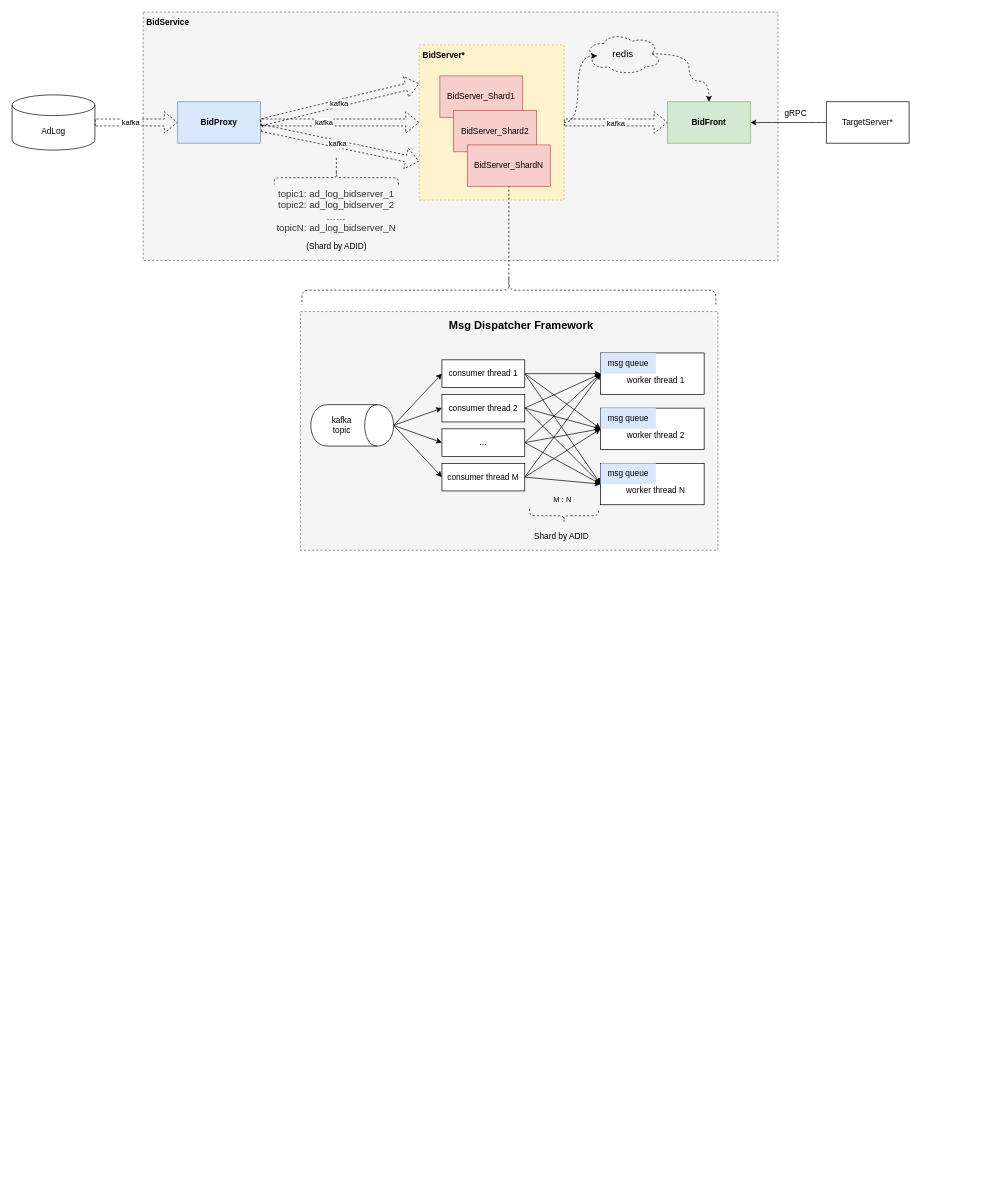
Earlier version of the draw.io diagram BiddingPlatform.drawio (ZiqingYip/moment). Source tidied: cells renumbered, new cells numbered last; positions are measured from the earlier drawing's top-left corner, leaving out a move shared by most shapes. Both pictures are drawn from the tidied source at 69%, with x=0, y=0 at pixel (12, 12).
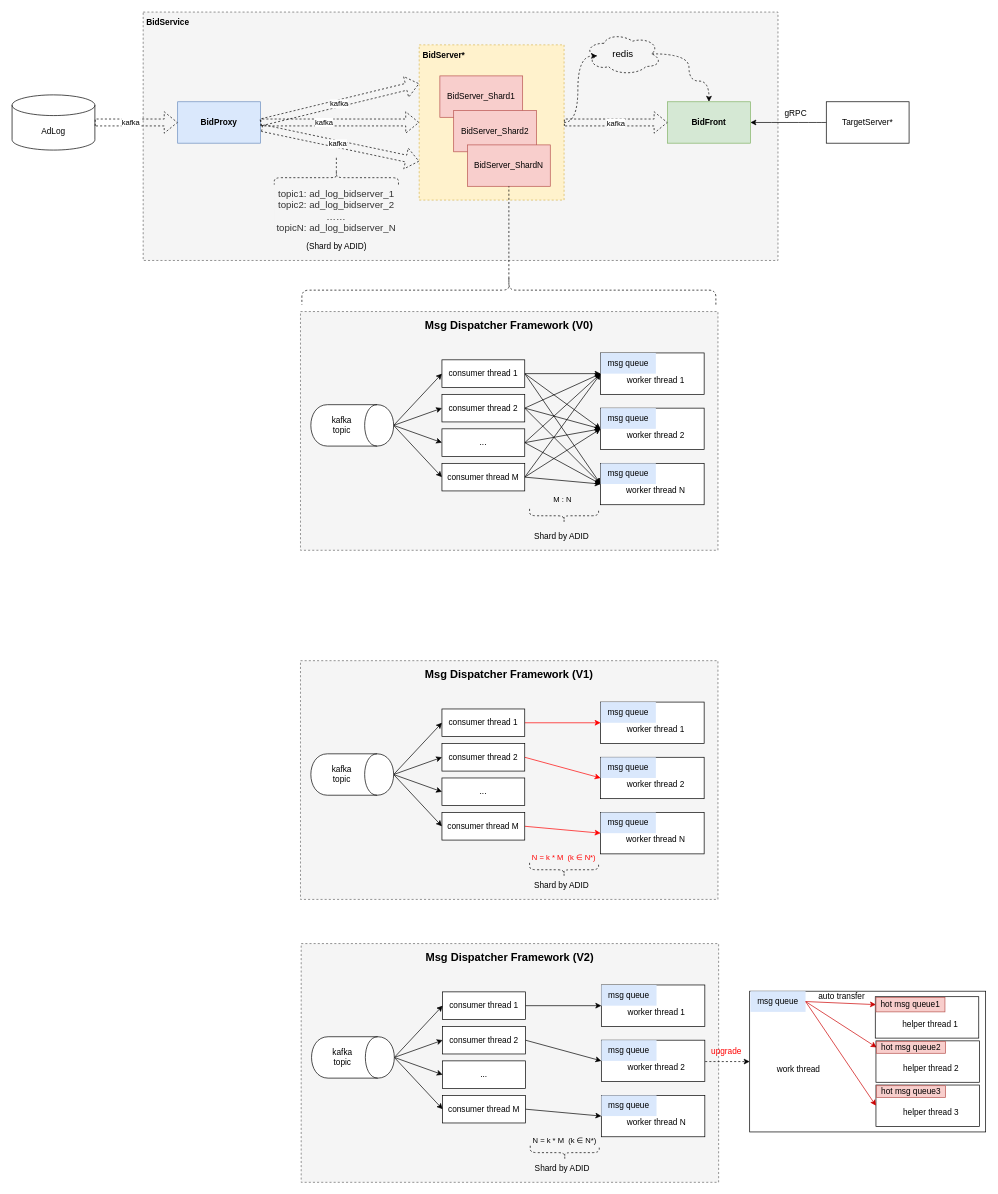
The same diagram, later.

The edit, as a diff of the source:
```diff
@@
-    <mxCell id="63" value="Msg Dispatcher Framework" style="text;html=1;strokeColor=none;fillColor=none;align=center;verticalAlign=middle;whiteSpace=wrap;rounded=0;dashed=1;fontStyle=1;fontSize=16;" parent="1" vertex="1">
-      <mxGeometry x="623" y="434" width="230" height="40" as="geometry" />
+    <mxCell id="63" value="Msg Dispatcher Framework&amp;nbsp;(V0)" style="text;html=1;strokeColor=none;fillColor=none;align=center;verticalAlign=middle;whiteSpace=wrap;rounded=0;dashed=1;fontStyle=1;fontSize=16;" parent="1" vertex="1">
+      <mxGeometry x="591.5" y="434" width="257" height="40" as="geometry" />
     </mxCell>
@@
+    <mxCell id="70" style="rounded=0;whiteSpace=wrap;html=1;fillColor=#f5f5f5;dashed=1;fontColor=#333333;strokeColor=#666666;" parent="1" vertex="1">
+      <mxGeometry x="418" y="940" width="605" height="346" as="geometry" />
+    </mxCell>
+    <mxCell id="71" style="edgeStyle=none;rounded=0;jettySize=auto;html=1;exitX=1;exitY=0.5;exitDx=0;exitDy=0;entryX=0;entryY=1;entryDx=0;entryDy=0;strokeColor=#FF0000;" parent="1" edge="1" source="72" target="79">
+      <mxGeometry relative="1" as="geometry" />
+    </mxCell>
+    <mxCell id="72" value="consumer thread 1" style="rounded=0;whiteSpace=wrap;html=1;" parent="1" vertex="1">
+      <mxGeometry x="623" y="1010" width="120" height="40" as="geometry" />
+    </mxCell>
+    <mxCell id="73" style="edgeStyle=none;rounded=0;jettySize=auto;html=1;exitX=1;exitY=0.5;exitDx=0;exitDy=0;entryX=0;entryY=1;entryDx=0;entryDy=0;strokeColor=#FF0000;" parent="1" edge="1" source="74" target="82">
+      <mxGeometry relative="1" as="geometry" />
+    </mxCell>
+    <mxCell id="74" value="consumer thread 2" style="rounded=0;whiteSpace=wrap;html=1;" parent="1" vertex="1">
+      <mxGeometry x="623" y="1060" width="120" height="40" as="geometry" />
+    </mxCell>
+    <mxCell id="75" value="..." style="rounded=0;whiteSpace=wrap;html=1;" parent="1" vertex="1">
+      <mxGeometry x="623" y="1110" width="120" height="40" as="geometry" />
+    </mxCell>
+    <mxCell id="76" style="edgeStyle=none;rounded=0;jettySize=auto;html=1;exitX=1;exitY=0.5;exitDx=0;exitDy=0;strokeColor=#FF0000;" parent="1" edge="1" source="77">
+      <mxGeometry relative="1" as="geometry">
+        <mxPoint x="853" y="1190" as="targetPoint" />
+      </mxGeometry>
+    </mxCell>
+    <mxCell id="77" value="consumer thread M" style="rounded=0;whiteSpace=wrap;html=1;" parent="1" vertex="1">
+      <mxGeometry x="623" y="1160" width="120" height="40" as="geometry" />
+    </mxCell>
+    <mxCell id="78" style="rounded=0;whiteSpace=wrap;html=1;" parent="1" vertex="1">
+      <mxGeometry x="853" y="1000" width="150" height="60" as="geometry" />
+    </mxCell>
+    <mxCell id="79" value="msg queue" style="rounded=0;whiteSpace=wrap;html=1;fillColor=#dae8fc;strokeColor=none;" parent="1" vertex="1">
+      <mxGeometry x="853" y="1000" width="80" height="30" as="geometry" />
+    </mxCell>
+    <mxCell id="80" value="worker thread 1" style="text;html=1;strokeColor=none;fillColor=none;align=center;verticalAlign=middle;whiteSpace=wrap;rounded=0;" parent="1" vertex="1">
+      <mxGeometry x="883" y="1030" width="100" height="20" as="geometry" />
+    </mxCell>
+    <mxCell id="81" style="rounded=0;whiteSpace=wrap;html=1;" parent="1" vertex="1">
+      <mxGeometry x="853" y="1080" width="150" height="60" as="geometry" />
+    </mxCell>
+    <mxCell id="82" value="msg queue" style="rounded=0;whiteSpace=wrap;html=1;fillColor=#dae8fc;strokeColor=none;" parent="1" vertex="1">
+      <mxGeometry x="853" y="1080" width="80" height="30" as="geometry" />
+    </mxCell>
+    <mxCell id="83" value="worker thread 2" style="text;html=1;strokeColor=none;fillColor=none;align=center;verticalAlign=middle;whiteSpace=wrap;rounded=0;" parent="1" vertex="1">
+      <mxGeometry x="883" y="1110" width="100" height="20" as="geometry" />
+    </mxCell>
+    <mxCell id="84" style="rounded=0;whiteSpace=wrap;html=1;" parent="1" vertex="1">
+      <mxGeometry x="853" y="1160" width="150" height="60" as="geometry" />
+    </mxCell>
+    <mxCell id="85" value="msg queue" style="rounded=0;whiteSpace=wrap;html=1;fillColor=#dae8fc;strokeColor=none;" parent="1" vertex="1">
+      <mxGeometry x="853" y="1160" width="80" height="30" as="geometry" />
+    </mxCell>
+    <mxCell id="86" value="worker thread N" style="text;html=1;strokeColor=none;fillColor=none;align=center;verticalAlign=middle;whiteSpace=wrap;rounded=0;" parent="1" vertex="1">
+      <mxGeometry x="883" y="1190" width="100" height="20" as="geometry" />
+    </mxCell>
+    <mxCell id="87" style="rounded=0;jettySize=auto;html=1;exitX=0.5;exitY=0;exitDx=0;exitDy=0;entryX=0;entryY=0.5;entryDx=0;entryDy=0;" parent="1" edge="1" source="91" target="72">
+      <mxGeometry relative="1" as="geometry" />
+    </mxCell>
+    <mxCell id="88" style="edgeStyle=none;rounded=0;jettySize=auto;html=1;exitX=0.5;exitY=0;exitDx=0;exitDy=0;entryX=0;entryY=0.5;entryDx=0;entryDy=0;" parent="1" edge="1" source="91" target="74">
+      <mxGeometry relative="1" as="geometry" />
+    </mxCell>
+    <mxCell id="89" style="edgeStyle=none;rounded=0;jettySize=auto;html=1;exitX=0.5;exitY=0;exitDx=0;exitDy=0;entryX=0;entryY=0.5;entryDx=0;entryDy=0;" parent="1" edge="1" source="91" target="75">
+      <mxGeometry relative="1" as="geometry" />
+    </mxCell>
+    <mxCell id="90" style="edgeStyle=none;rounded=0;jettySize=auto;html=1;exitX=0.5;exitY=0;exitDx=0;exitDy=0;entryX=0;entryY=0.5;entryDx=0;entryDy=0;" parent="1" edge="1" source="91" target="77">
+      <mxGeometry relative="1" as="geometry" />
+    </mxCell>
+    <mxCell id="91" style="shape=cylinder;whiteSpace=wrap;html=1;boundedLbl=1;backgroundOutline=1;direction=south;" parent="1" vertex="1">
+      <mxGeometry x="433" y="1075" width="120" height="60" as="geometry" />
+    </mxCell>
+    <mxCell id="92" value="kafka topic" style="text;html=1;strokeColor=none;fillColor=none;align=center;verticalAlign=middle;whiteSpace=wrap;rounded=0;" parent="1" vertex="1">
+      <mxGeometry x="453" y="1095" width="50" height="20" as="geometry" />
+    </mxCell>
+    <mxCell id="93" value="Msg Dispatcher Framework&amp;nbsp;(V1)" style="text;html=1;strokeColor=none;fillColor=none;align=center;verticalAlign=middle;whiteSpace=wrap;rounded=0;dashed=1;fontStyle=1;fontSize=16;" parent="1" vertex="1">
+      <mxGeometry x="591.5" y="940" width="257" height="40" as="geometry" />
+    </mxCell>
+    <mxCell id="94" value="&lt;font color=&quot;#ff0000&quot; style=&quot;font-size: 11px&quot;&gt;N = k * M&amp;nbsp; (k&amp;nbsp;∈&amp;nbsp;N*)&lt;/font&gt;" style="text;html=1;strokeColor=none;fillColor=none;align=center;verticalAlign=middle;whiteSpace=wrap;rounded=0;dashed=1;fontSize=16;" parent="1" vertex="1">
+      <mxGeometry x="743.2" y="1205" width="113.5" height="36" as="geometry" />
+    </mxCell>
+    <mxCell id="95" value="Shard by ADID" style="text;html=1;strokeColor=none;fillColor=none;align=center;verticalAlign=middle;whiteSpace=wrap;rounded=0;" parent="1" vertex="1">
+      <mxGeometry x="743" y="1256" width="107" height="20" as="geometry" />
+    </mxCell>
+    <mxCell id="96" style="shape=curlyBracket;whiteSpace=wrap;html=1;rounded=1;dashed=1;fillColor=none;fontSize=16;direction=north;" parent="1" vertex="1">
+      <mxGeometry x="750" y="1233" width="100" height="20" as="geometry" />
+    </mxCell>
+    <mxCell id="97" style="rounded=0;whiteSpace=wrap;html=1;fillColor=#f5f5f5;dashed=1;fontColor=#333333;strokeColor=#666666;" parent="1" vertex="1">
+      <mxGeometry x="419" y="1350" width="605" height="346" as="geometry" />
+    </mxCell>
+    <mxCell id="98" style="edgeStyle=none;rounded=0;jettySize=auto;html=1;exitX=1;exitY=0.5;exitDx=0;exitDy=0;entryX=0;entryY=1;entryDx=0;entryDy=0;" parent="1" edge="1" source="99" target="106">
+      <mxGeometry relative="1" as="geometry" />
+    </mxCell>
+    <mxCell id="99" value="consumer thread 1" style="rounded=0;whiteSpace=wrap;html=1;" parent="1" vertex="1">
+      <mxGeometry x="624" y="1420" width="120" height="40" as="geometry" />
+    </mxCell>
+    <mxCell id="100" style="edgeStyle=none;rounded=0;jettySize=auto;html=1;exitX=1;exitY=0.5;exitDx=0;exitDy=0;entryX=0;entryY=1;entryDx=0;entryDy=0;" parent="1" edge="1" source="101" target="109">
+      <mxGeometry relative="1" as="geometry" />
+    </mxCell>
+    <mxCell id="101" value="consumer thread 2" style="rounded=0;whiteSpace=wrap;html=1;" parent="1" vertex="1">
+      <mxGeometry x="624" y="1470" width="120" height="40" as="geometry" />
+    </mxCell>
+    <mxCell id="102" value="..." style="rounded=0;whiteSpace=wrap;html=1;" parent="1" vertex="1">
+      <mxGeometry x="624" y="1520" width="120" height="40" as="geometry" />
+    </mxCell>
+    <mxCell id="103" style="edgeStyle=none;rounded=0;jettySize=auto;html=1;exitX=1;exitY=0.5;exitDx=0;exitDy=0;" parent="1" edge="1" source="104">
+      <mxGeometry relative="1" as="geometry">
+        <mxPoint x="854" y="1600" as="targetPoint" />
+      </mxGeometry>
+    </mxCell>
+    <mxCell id="104" value="consumer thread M" style="rounded=0;whiteSpace=wrap;html=1;" parent="1" vertex="1">
+      <mxGeometry x="624" y="1570" width="120" height="40" as="geometry" />
+    </mxCell>
+    <mxCell id="105" style="rounded=0;whiteSpace=wrap;html=1;" parent="1" vertex="1">
+      <mxGeometry x="854" y="1410" width="150" height="60" as="geometry" />
+    </mxCell>
+    <mxCell id="106" value="msg queue" style="rounded=0;whiteSpace=wrap;html=1;fillColor=#dae8fc;strokeColor=none;" parent="1" vertex="1">
+      <mxGeometry x="854" y="1410" width="80" height="30" as="geometry" />
+    </mxCell>
+    <mxCell id="107" value="worker thread 1" style="text;html=1;strokeColor=none;fillColor=none;align=center;verticalAlign=middle;whiteSpace=wrap;rounded=0;" parent="1" vertex="1">
+      <mxGeometry x="884" y="1440" width="100" height="20" as="geometry" />
+    </mxCell>
+    <mxCell id="108" style="rounded=0;whiteSpace=wrap;html=1;" parent="1" vertex="1">
+      <mxGeometry x="854" y="1490" width="150" height="60" as="geometry" />
+    </mxCell>
+    <mxCell id="109" value="msg queue" style="rounded=0;whiteSpace=wrap;html=1;fillColor=#dae8fc;strokeColor=none;" parent="1" vertex="1">
+      <mxGeometry x="854" y="1490" width="80" height="30" as="geometry" />
+    </mxCell>
+    <mxCell id="110" value="worker thread 2" style="text;html=1;strokeColor=none;fillColor=none;align=center;verticalAlign=middle;whiteSpace=wrap;rounded=0;" parent="1" vertex="1">
+      <mxGeometry x="884" y="1520" width="100" height="20" as="geometry" />
+    </mxCell>
+    <mxCell id="111" style="rounded=0;whiteSpace=wrap;html=1;" parent="1" vertex="1">
+      <mxGeometry x="854" y="1570" width="150" height="60" as="geometry" />
+    </mxCell>
+    <mxCell id="112" value="msg queue" style="rounded=0;whiteSpace=wrap;html=1;fillColor=#dae8fc;strokeColor=none;" parent="1" vertex="1">
+      <mxGeometry x="854" y="1570" width="80" height="30" as="geometry" />
+    </mxCell>
+    <mxCell id="113" value="worker thread N" style="text;html=1;strokeColor=none;fillColor=none;align=center;verticalAlign=middle;whiteSpace=wrap;rounded=0;" parent="1" vertex="1">
+      <mxGeometry x="884" y="1600" width="100" height="20" as="geometry" />
+    </mxCell>
+    <mxCell id="114" style="rounded=0;jettySize=auto;html=1;exitX=0.5;exitY=0;exitDx=0;exitDy=0;entryX=0;entryY=0.5;entryDx=0;entryDy=0;" parent="1" edge="1" source="118" target="99">
+      <mxGeometry relative="1" as="geometry" />
+    </mxCell>
+    <mxCell id="115" style="edgeStyle=none;rounded=0;jettySize=auto;html=1;exitX=0.5;exitY=0;exitDx=0;exitDy=0;entryX=0;entryY=0.5;entryDx=0;entryDy=0;" parent="1" edge="1" source="118" target="101">
+      <mxGeometry relative="1" as="geometry" />
+    </mxCell>
+    <mxCell id="116" style="edgeStyle=none;rounded=0;jettySize=auto;html=1;exitX=0.5;exitY=0;exitDx=0;exitDy=0;entryX=0;entryY=0.5;entryDx=0;entryDy=0;" parent="1" edge="1" source="118" target="102">
+      <mxGeometry relative="1" as="geometry" />
+    </mxCell>
+    <mxCell id="117" style="edgeStyle=none;rounded=0;jettySize=auto;html=1;exitX=0.5;exitY=0;exitDx=0;exitDy=0;entryX=0;entryY=0.5;entryDx=0;entryDy=0;" parent="1" edge="1" source="118" target="104">
+      <mxGeometry relative="1" as="geometry" />
+    </mxCell>
+    <mxCell id="118" style="shape=cylinder;whiteSpace=wrap;html=1;boundedLbl=1;backgroundOutline=1;direction=south;" parent="1" vertex="1">
+      <mxGeometry x="434" y="1485" width="120" height="60" as="geometry" />
+    </mxCell>
+    <mxCell id="119" value="kafka topic" style="text;html=1;strokeColor=none;fillColor=none;align=center;verticalAlign=middle;whiteSpace=wrap;rounded=0;" parent="1" vertex="1">
+      <mxGeometry x="454" y="1505" width="50" height="20" as="geometry" />
+    </mxCell>
+    <mxCell id="120" value="Msg Dispatcher Framework&amp;nbsp;(V2)" style="text;html=1;strokeColor=none;fillColor=none;align=center;verticalAlign=middle;whiteSpace=wrap;rounded=0;dashed=1;fontStyle=1;fontSize=16;" parent="1" vertex="1">
+      <mxGeometry x="592.5" y="1350" width="257" height="40" as="geometry" />
+    </mxCell>
+    <mxCell id="121" value="&lt;font style=&quot;font-size: 11px&quot;&gt;N = k * M&amp;nbsp; (k&amp;nbsp;∈&amp;nbsp;N*)&lt;/font&gt;" style="text;html=1;strokeColor=none;fillColor=none;align=center;verticalAlign=middle;whiteSpace=wrap;rounded=0;dashed=1;fontSize=16;" parent="1" vertex="1">
+      <mxGeometry x="744.2" y="1615" width="113.5" height="36" as="geometry" />
+    </mxCell>
+    <mxCell id="122" value="Shard by ADID" style="text;html=1;strokeColor=none;fillColor=none;align=center;verticalAlign=middle;whiteSpace=wrap;rounded=0;" parent="1" vertex="1">
+      <mxGeometry x="744" y="1666" width="107" height="20" as="geometry" />
+    </mxCell>
+    <mxCell id="123" style="shape=curlyBracket;whiteSpace=wrap;html=1;rounded=1;dashed=1;fillColor=none;fontSize=16;direction=north;" parent="1" vertex="1">
+      <mxGeometry x="751" y="1643" width="100" height="20" as="geometry" />
+    </mxCell>
+    <mxCell id="124" style="endArrow=classic;html=1;entryX=0;entryY=0.5;entryDx=0;entryDy=0;dashed=1;" parent="1" edge="1" target="125">
+      <mxGeometry relative="1" as="geometry">
+        <mxPoint x="1004.5" y="1521" as="sourcePoint" />
+      </mxGeometry>
+    </mxCell>
+    <mxCell id="125" style="rounded=0;whiteSpace=wrap;html=1;" parent="1" vertex="1">
+      <mxGeometry x="1069" y="1419" width="342" height="204" as="geometry" />
+    </mxCell>
+    <mxCell id="126" style="rounded=0;jettySize=auto;html=1;exitX=1;exitY=0.5;exitDx=0;exitDy=0;entryX=0;entryY=0.5;entryDx=0;entryDy=0;strokeColor=#CC0000;" parent="1" edge="1" source="128" target="131">
+      <mxGeometry relative="1" as="geometry" />
+    </mxCell>
+    <mxCell id="127" style="edgeStyle=none;rounded=0;jettySize=auto;html=1;exitX=1;exitY=0.5;exitDx=0;exitDy=0;entryX=0;entryY=0.5;entryDx=0;entryDy=0;strokeColor=#CC0000;" parent="1" edge="1" source="128" target="134">
+      <mxGeometry relative="1" as="geometry" />
+    </mxCell>
+    <mxCell id="128" value="msg queue" style="rounded=0;whiteSpace=wrap;html=1;fillColor=#dae8fc;strokeColor=none;" parent="1" vertex="1">
+      <mxGeometry x="1070" y="1419" width="80" height="30" as="geometry" />
+    </mxCell>
+    <mxCell id="129" value="work thread" style="text;html=1;strokeColor=none;fillColor=none;align=center;verticalAlign=middle;whiteSpace=wrap;rounded=0;" parent="1" vertex="1">
+      <mxGeometry x="1100" y="1522" width="80" height="20" as="geometry" />
+    </mxCell>
+    <mxCell id="130" style="rounded=0;whiteSpace=wrap;html=1;" parent="1" vertex="1">
+      <mxGeometry x="1251" y="1427" width="150" height="60" as="geometry" />
+    </mxCell>
+    <mxCell id="131" value="hot msg queue1" style="rounded=0;whiteSpace=wrap;html=1;fillColor=#f8cecc;strokeColor=#b85450;" parent="1" vertex="1">
+      <mxGeometry x="1252" y="1428" width="100" height="21" as="geometry" />
+    </mxCell>
+    <mxCell id="132" value="helper thread 1" style="text;html=1;strokeColor=none;fillColor=none;align=center;verticalAlign=middle;whiteSpace=wrap;rounded=0;" parent="1" vertex="1">
+      <mxGeometry x="1281" y="1457" width="100" height="20" as="geometry" />
+    </mxCell>
+    <mxCell id="133" style="rounded=0;whiteSpace=wrap;html=1;" parent="1" vertex="1">
+      <mxGeometry x="1252" y="1491" width="150" height="60" as="geometry" />
+    </mxCell>
+    <mxCell id="134" value="hot msg queue2" style="rounded=0;whiteSpace=wrap;html=1;fillColor=#f8cecc;strokeColor=#b85450;" parent="1" vertex="1">
+      <mxGeometry x="1253" y="1492" width="100" height="17" as="geometry" />
+    </mxCell>
+    <mxCell id="135" value="helper thread 2" style="text;html=1;strokeColor=none;fillColor=none;align=center;verticalAlign=middle;whiteSpace=wrap;rounded=0;" parent="1" vertex="1">
+      <mxGeometry x="1282" y="1521" width="100" height="20" as="geometry" />
+    </mxCell>
+    <mxCell id="136" value="auto transfer" style="text;html=1;strokeColor=none;fillColor=none;align=center;verticalAlign=middle;whiteSpace=wrap;rounded=0;dashed=1;" parent="1" vertex="1">
+      <mxGeometry x="1165" y="1417" width="75" height="20" as="geometry" />
+    </mxCell>
+    <mxCell id="137" style="rounded=0;whiteSpace=wrap;html=1;" parent="1" vertex="1">
+      <mxGeometry x="1252" y="1555" width="150" height="60" as="geometry" />
+    </mxCell>
+    <mxCell id="138" value="hot msg queue3" style="rounded=0;whiteSpace=wrap;html=1;fillColor=#f8cecc;strokeColor=#b85450;" parent="1" vertex="1">
+      <mxGeometry x="1253" y="1556" width="100" height="17" as="geometry" />
+    </mxCell>
+    <mxCell id="139" value="helper thread 3" style="text;html=1;strokeColor=none;fillColor=none;align=center;verticalAlign=middle;whiteSpace=wrap;rounded=0;" parent="1" vertex="1">
+      <mxGeometry x="1282" y="1585" width="100" height="20" as="geometry" />
+    </mxCell>
+    <mxCell id="140" value="&lt;font color=&quot;#ff0000&quot;&gt;upgrade&lt;/font&gt;" style="text;html=1;strokeColor=none;fillColor=none;align=center;verticalAlign=middle;whiteSpace=wrap;rounded=0;dashed=1;fontColor=#000000;" parent="1" vertex="1">
+      <mxGeometry x="1010" y="1492" width="51" height="30" as="geometry" />
+    </mxCell>
+    <mxCell id="141" style="edgeStyle=none;rounded=0;orthogonalLoop=1;jettySize=auto;html=1;exitX=0.5;exitY=1;exitDx=0;exitDy=0;dashed=1;strokeColor=#FF0000;fontColor=#FF0000;endArrow=none;endFill=0;elbow=vertical;" parent="1" edge="1" source="129" target="129">
+      <mxGeometry relative="1" as="geometry" />
+    </mxCell>
+    <mxCell id="142" style="edgeStyle=none;rounded=0;jettySize=auto;html=1;exitX=1;exitY=0.5;exitDx=0;exitDy=0;entryX=0;entryY=0.5;entryDx=0;entryDy=0;strokeColor=#CC0000;" parent="1" edge="1" source="128" target="137">
+      <mxGeometry relative="1" as="geometry" />
+    </mxCell>
```
